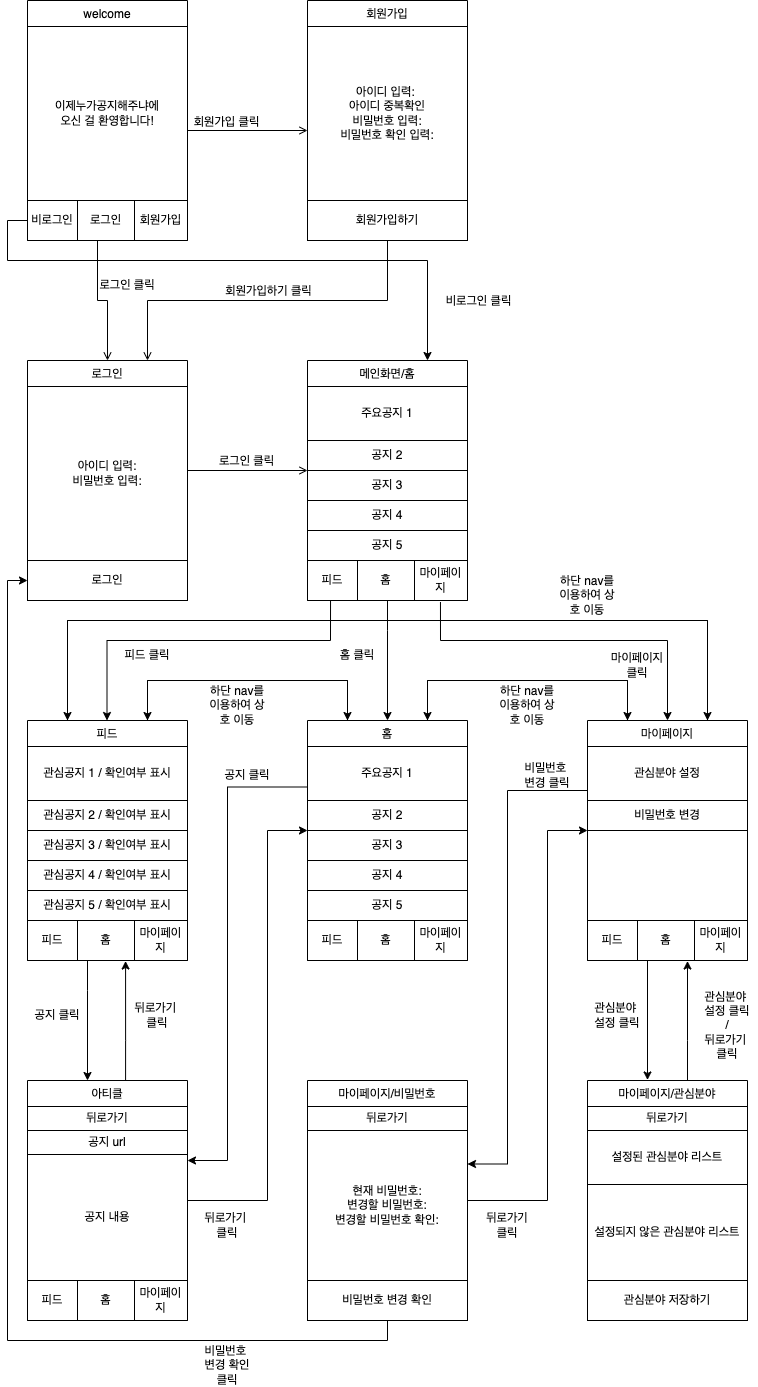
The draw.io diagram Untitled Diagram.drawio.png in BlazingDevs/2NuGong, before a commit. Source tidied: cells renumbered, new cells last; positions are measured from the earlier drawing's top-left corner, leaving out a move shared by most shapes.
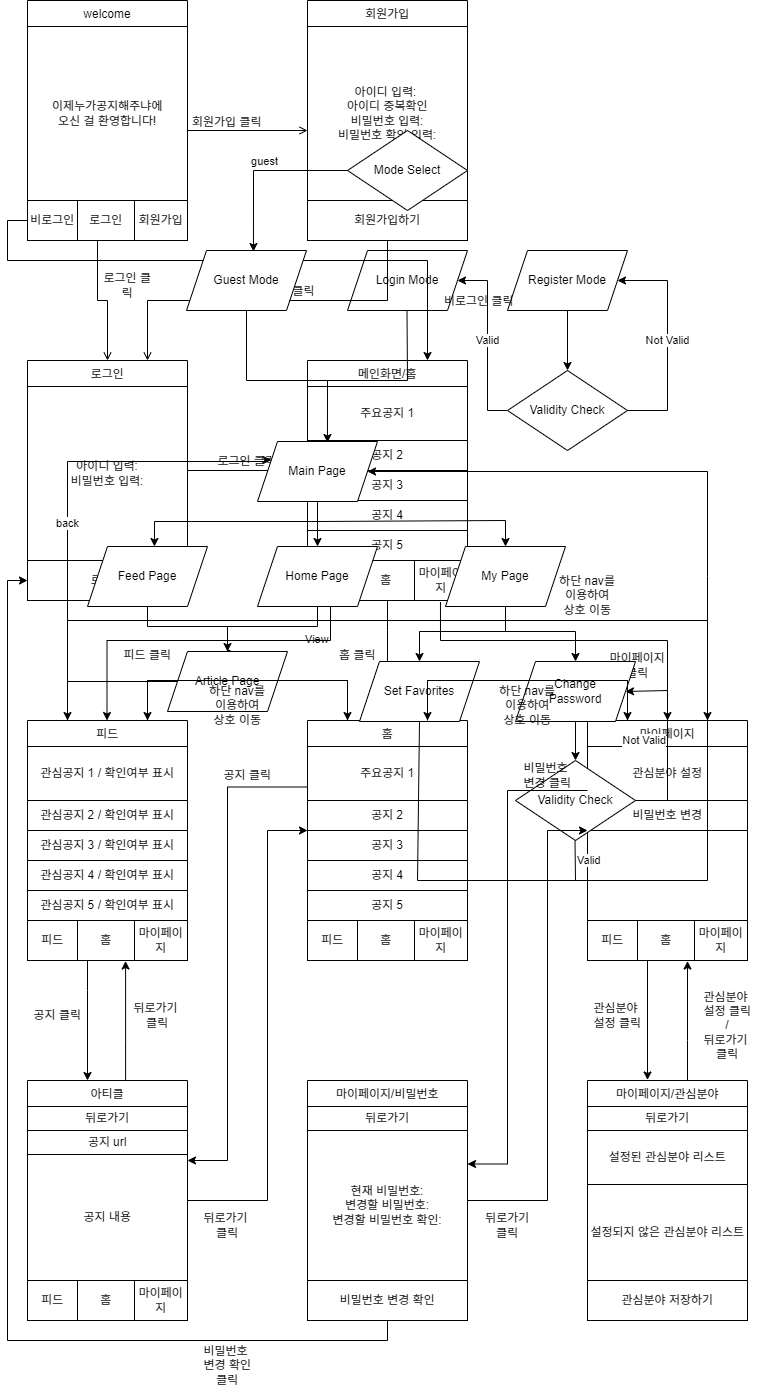
After the commit.

What changed in the source:
```diff
@@ -64,2 +64,7 @@
     </mxCell>
+    <mxCell id="123" value="guest" style="edgeStyle=orthogonalEdgeStyle;rounded=0;jettySize=auto;entryX=0.558;entryY=0.017;entryDx=0;entryDy=0;entryPerimeter=0;html=1;labelPosition=center;verticalLabelPosition=top;align=center;verticalAlign=bottom;" parent="1" edge="1" target="128">
+      <mxGeometry relative="1" as="geometry">
+        <mxPoint x="350" y="170" as="sourcePoint" />
+      </mxGeometry>
+    </mxCell>
     <mxCell id="19" style="endArrow=open;shadow=0;strokeWidth=1;rounded=0;endFill=1;edgeStyle=elbowEdgeStyle;elbow=vertical;entryX=0.5;entryY=0;entryDx=0;entryDy=0;" parent="1" edge="1" target="15">
@@ -74,2 +79,5 @@
     </mxCell>
+    <mxCell id="124" value="Login Mode" style="shape=parallelogram;perimeter=parallelogramPerimeter;whiteSpace=wrap;html=1;fixedSize=1;" parent="1" vertex="1">
+      <mxGeometry x="340" y="250" width="120" height="60" as="geometry" />
+    </mxCell>
     <mxCell id="21" value="로그인 클릭" style="text;html=1;strokeColor=none;fillColor=none;align=center;verticalAlign=middle;whiteSpace=wrap;rounded=0;labelBackgroundColor=none;" parent="1" vertex="1">
@@ -77,2 +85,5 @@
     </mxCell>
+    <mxCell id="125" style="edgeStyle=orthogonalEdgeStyle;rounded=0;jettySize=auto;html=1;entryX=0.5;entryY=0;entryDx=0;entryDy=0;" parent="1" edge="1" source="126" target="131">
+      <mxGeometry relative="1" as="geometry" />
+    </mxCell>
     <mxCell id="22" value="메인화면/홈" style="swimlane;fontStyle=0;align=center;verticalAlign=middle;horizontal=1;startSize=26;rounded=0;shadow=0;strokeWidth=1;fillColor=none;swimlaneFillColor=none;labelBackgroundColor=none;" parent="1" vertex="1">
@@ -110,2 +121,5 @@
     </mxCell>
+    <mxCell id="126" value="Register Mode" style="shape=parallelogram;perimeter=parallelogramPerimeter;whiteSpace=wrap;html=1;fixedSize=1;" parent="1" vertex="1">
+      <mxGeometry x="500" y="250" width="120" height="60" as="geometry" />
+    </mxCell>
     <mxCell id="33" style="endArrow=open;shadow=0;strokeWidth=1;rounded=0;endFill=1;edgeStyle=elbowEdgeStyle;elbow=vertical;entryX=0.75;entryY=0;entryDx=0;entryDy=0;" parent="1" edge="1" target="15">
@@ -125,2 +139,10 @@
     </mxCell>
+    <mxCell id="127" style="edgeStyle=orthogonalEdgeStyle;rounded=0;jettySize=auto;html=1;entryX=0.583;entryY=0.017;entryDx=0;entryDy=0;entryPerimeter=0;" parent="1" edge="1" source="128" target="134">
+      <mxGeometry relative="1" as="geometry">
+        <Array as="points">
+          <mxPoint x="239" y="380" />
+          <mxPoint x="320" y="380" />
+        </Array>
+      </mxGeometry>
+    </mxCell>
     <mxCell id="36" style="edgeStyle=orthogonalEdgeStyle;rounded=0;jettySize=auto;html=1;exitX=0;exitY=0.5;exitDx=0;exitDy=0;" parent="1" edge="1" source="8">
@@ -136,2 +158,5 @@
     </mxCell>
+    <mxCell id="128" value="Guest Mode" style="shape=parallelogram;perimeter=parallelogramPerimeter;whiteSpace=wrap;html=1;fixedSize=1;" parent="1" vertex="1">
+      <mxGeometry x="179" y="250" width="120" height="60" as="geometry" />
+    </mxCell>
     <mxCell id="37" value="비로그인 클릭" style="text;html=1;align=center;verticalAlign=middle;labelBackgroundColor=none;rounded=0;shadow=0;strokeWidth=1;fontSize=12;" parent="1" vertex="1">
@@ -139,2 +164,10 @@
     </mxCell>
+    <mxCell id="129" value="Not Valid" style="edgeStyle=orthogonalEdgeStyle;rounded=0;jettySize=auto;html=1;exitX=1;exitY=0.5;exitDx=0;exitDy=0;" parent="1" edge="1" source="131" target="126">
+      <mxGeometry relative="1" as="geometry">
+        <Array as="points">
+          <mxPoint x="660" y="410" />
+          <mxPoint x="660" y="280" />
+        </Array>
+      </mxGeometry>
+    </mxCell>
     <mxCell id="38" style="endArrow=open;shadow=0;strokeWidth=1;rounded=0;endFill=1;edgeStyle=elbowEdgeStyle;elbow=vertical;entryX=0;entryY=0;entryDx=0;entryDy=0;exitX=1;exitY=0.5;exitDx=0;exitDy=0;" parent="1" edge="1" source="16" target="25">
@@ -151,2 +184,10 @@
     </mxCell>
+    <mxCell id="130" value="Valid" style="edgeStyle=orthogonalEdgeStyle;rounded=0;jettySize=auto;html=1;entryX=1;entryY=0.5;entryDx=0;entryDy=0;" parent="1" edge="1" source="131" target="124">
+      <mxGeometry relative="1" as="geometry">
+        <Array as="points">
+          <mxPoint x="480" y="410" />
+          <mxPoint x="480" y="280" />
+        </Array>
+      </mxGeometry>
+    </mxCell>
     <mxCell id="40" value="로그인 클릭" style="text;html=1;align=center;verticalAlign=middle;labelBackgroundColor=none;rounded=0;shadow=0;strokeWidth=1;fontSize=12;" parent="1" vertex="1">
@@ -156,2 +197,5 @@
     </mxCell>
+    <mxCell id="131" value="Validity Check" style="rhombus;whiteSpace=wrap;html=1;" parent="1" vertex="1">
+      <mxGeometry x="500" y="370" width="120" height="80" as="geometry" />
+    </mxCell>
     <mxCell id="41" value="피드" style="swimlane;fontStyle=0;align=center;verticalAlign=middle;horizontal=1;startSize=26;rounded=0;shadow=0;strokeWidth=1;fillColor=none;swimlaneFillColor=none;labelBackgroundColor=none;" parent="1" vertex="1">
@@ -189,2 +233,5 @@
     </mxCell>
+    <mxCell id="132" value="Mode Select" style="rhombus;whiteSpace=wrap;html=1;" parent="1" vertex="1">
+      <mxGeometry x="340" y="130" width="120" height="80" as="geometry" />
+    </mxCell>
     <mxCell id="52" value="홈" style="swimlane;fontStyle=0;align=center;verticalAlign=middle;horizontal=1;startSize=26;rounded=0;shadow=0;strokeWidth=1;fillColor=none;swimlaneFillColor=none;labelBackgroundColor=none;" parent="1" vertex="1">
@@ -222,2 +269,10 @@
     </mxCell>
+    <mxCell id="133" style="edgeStyle=orthogonalEdgeStyle;rounded=0;jettySize=auto;html=1;entryX=0.5;entryY=0;entryDx=0;entryDy=0;" parent="1" edge="1" source="134" target="137">
+      <mxGeometry relative="1" as="geometry">
+        <Array as="points">
+          <mxPoint x="310" y="541" />
+          <mxPoint x="310" y="541" />
+        </Array>
+      </mxGeometry>
+    </mxCell>
     <mxCell id="63" value="마이페이지" style="swimlane;fontStyle=0;align=center;verticalAlign=middle;horizontal=1;startSize=26;rounded=0;shadow=0;strokeWidth=1;fillColor=none;swimlaneFillColor=none;labelBackgroundColor=none;" parent="1" vertex="1">
@@ -249,2 +304,5 @@
     </mxCell>
+    <mxCell id="134" value="Main Page" style="shape=parallelogram;perimeter=parallelogramPerimeter;whiteSpace=wrap;html=1;fixedSize=1;" parent="1" vertex="1">
+      <mxGeometry x="250" y="441" width="120" height="60" as="geometry" />
+    </mxCell>
     <mxCell id="72" value="아티클" style="swimlane;fontStyle=0;align=center;verticalAlign=middle;horizontal=1;startSize=26;rounded=0;shadow=0;strokeWidth=1;fillColor=none;swimlaneFillColor=none;labelBackgroundColor=none;" parent="1" vertex="1">
@@ -276,2 +334,13 @@
     </mxCell>
+    <mxCell id="135" style="edgeStyle=orthogonalEdgeStyle;rounded=0;jettySize=auto;html=1;entryX=0.575;entryY=0.033;entryDx=0;entryDy=0;entryPerimeter=0;" parent="1" edge="1" source="137" target="145">
+      <mxGeometry relative="1" as="geometry">
+        <Array as="points">
+          <mxPoint x="310" y="626" />
+          <mxPoint x="220" y="626" />
+        </Array>
+      </mxGeometry>
+    </mxCell>
+    <mxCell id="136" value="View" style="edgeLabel;html=1;align=left;verticalAlign=top;labelPosition=right;verticalLabelPosition=bottom;" parent="135" vertex="1">
+      <mxGeometry x="-0.53" relative="1" as="geometry" />
+    </mxCell>
     <mxCell id="81" style="edgeStyle=orthogonalEdgeStyle;rounded=0;jettySize=auto;html=1;exitX=0.144;exitY=0.988;exitDx=0;exitDy=0;exitPerimeter=0;" parent="1" edge="1" source="29">
@@ -285,2 +354,5 @@
     </mxCell>
+    <mxCell id="137" value="Home Page" style="shape=parallelogram;perimeter=parallelogramPerimeter;whiteSpace=wrap;html=1;fixedSize=1;" parent="1" vertex="1">
+      <mxGeometry x="250" y="546" width="120" height="60" as="geometry" />
+    </mxCell>
     <mxCell id="82" value="피드 클릭" style="text;html=1;strokeColor=none;fillColor=none;align=center;verticalAlign=middle;whiteSpace=wrap;rounded=0;labelBackgroundColor=none;" parent="1" vertex="1">
@@ -288,2 +360,10 @@
     </mxCell>
+    <mxCell id="138" style="edgeStyle=orthogonalEdgeStyle;rounded=0;jettySize=auto;html=1;" parent="1" edge="1" source="139" target="145">
+      <mxGeometry relative="1" as="geometry">
+        <Array as="points">
+          <mxPoint x="140" y="626" />
+          <mxPoint x="220" y="626" />
+        </Array>
+      </mxGeometry>
+    </mxCell>
     <mxCell id="83" style="edgeStyle=orthogonalEdgeStyle;rounded=0;jettySize=auto;html=1;exitX=0.5;exitY=1.013;exitDx=0;exitDy=0;exitPerimeter=0;entryX=0.5;entryY=0;entryDx=0;entryDy=0;" parent="1" edge="1" source="29" target="52">
@@ -296,2 +376,5 @@
     </mxCell>
+    <mxCell id="139" value="Feed Page" style="shape=parallelogram;perimeter=parallelogramPerimeter;whiteSpace=wrap;html=1;fixedSize=1;" parent="1" vertex="1">
+      <mxGeometry x="80" y="546" width="120" height="60" as="geometry" />
+    </mxCell>
     <mxCell id="84" style="edgeStyle=orthogonalEdgeStyle;rounded=0;jettySize=auto;html=1;exitX=0.831;exitY=1.038;exitDx=0;exitDy=0;exitPerimeter=0;entryX=0.5;entryY=0;entryDx=0;entryDy=0;" parent="1" edge="1" source="29" target="63">
@@ -304,2 +387,10 @@
     </mxCell>
+    <mxCell id="140" style="edgeStyle=orthogonalEdgeStyle;rounded=0;jettySize=auto;html=1;exitX=0.5;exitY=1;exitDx=0;exitDy=0;" parent="1" edge="1" source="141" target="146">
+      <mxGeometry relative="1" as="geometry">
+        <Array as="points">
+          <mxPoint x="498" y="631" />
+          <mxPoint x="412" y="631" />
+        </Array>
+      </mxGeometry>
+    </mxCell>
     <mxCell id="85" value="홈 클릭" style="text;html=1;strokeColor=none;fillColor=none;align=center;verticalAlign=middle;whiteSpace=wrap;rounded=0;labelBackgroundColor=none;" parent="1" vertex="1">
@@ -307,2 +398,5 @@
     </mxCell>
+    <mxCell id="141" value="My Page" style="shape=parallelogram;perimeter=parallelogramPerimeter;whiteSpace=wrap;html=1;fixedSize=1;" parent="1" vertex="1">
+      <mxGeometry x="438" y="546" width="120" height="60" as="geometry" />
+    </mxCell>
     <mxCell id="86" value="마이페이지 클릭" style="text;html=1;strokeColor=none;fillColor=none;align=center;verticalAlign=middle;whiteSpace=wrap;rounded=0;labelBackgroundColor=none;" parent="1" vertex="1">
@@ -310,2 +404,10 @@
     </mxCell>
+    <mxCell id="142" style="endArrow=classic;html=1;rounded=0;entryX=0.558;entryY=0;entryDx=0;entryDy=0;entryPerimeter=0;" parent="1" edge="1" target="139">
+      <mxGeometry relative="1" as="geometry">
+        <mxPoint x="310" y="521" as="sourcePoint" />
+        <Array as="points">
+          <mxPoint x="147" y="521" />
+        </Array>
+      </mxGeometry>
+    </mxCell>
     <mxCell id="87" style="edgeStyle=orthogonalEdgeStyle;rounded=0;orthogonalLoop=1;jettySize=auto;html=1;exitX=0.5;exitY=1.013;exitDx=0;exitDy=0;exitPerimeter=0;entryX=0.5;entryY=0;entryDx=0;entryDy=0;" parent="1" edge="1">
@@ -320,2 +422,10 @@
     </mxCell>
+    <mxCell id="143" style="endArrow=classic;html=1;rounded=0;entryX=0.5;entryY=0;entryDx=0;entryDy=0;" parent="1" edge="1" target="141">
+      <mxGeometry relative="1" as="geometry">
+        <mxPoint x="310" y="521" as="sourcePoint" />
+        <Array as="points">
+          <mxPoint x="498" y="520" />
+        </Array>
+      </mxGeometry>
+    </mxCell>
     <mxCell id="88" style="edgeStyle=orthogonalEdgeStyle;rounded=0;jettySize=auto;html=1;exitX=0;exitY=0.75;exitDx=0;exitDy=0;" parent="1" edge="1" source="53">
@@ -329,2 +439,12 @@
     </mxCell>
+    <mxCell id="144" value="back" style="edgeStyle=orthogonalEdgeStyle;rounded=0;jettySize=auto;html=1;exitX=0;exitY=0.5;exitDx=0;exitDy=0;entryX=0;entryY=0.25;entryDx=0;entryDy=0;labelPosition=center;verticalLabelPosition=middle;align=center;verticalAlign=middle;" parent="1" edge="1" source="145" target="134">
+      <mxGeometry relative="1" as="geometry">
+        <Array as="points">
+          <mxPoint x="60" y="681" />
+          <mxPoint x="60" y="461" />
+          <mxPoint x="258" y="461" />
+          <mxPoint x="258" y="460" />
+        </Array>
+      </mxGeometry>
+    </mxCell>
     <mxCell id="89" style="edgeStyle=orthogonalEdgeStyle;rounded=0;jettySize=auto;html=1;entryX=0;entryY=1;entryDx=0;entryDy=0;exitX=1;exitY=0.25;exitDx=0;exitDy=0;" parent="1" edge="1" source="75" target="54">
@@ -338,2 +458,5 @@
     </mxCell>
+    <mxCell id="145" value="Article Page" style="shape=parallelogram;perimeter=parallelogramPerimeter;whiteSpace=wrap;html=1;fixedSize=1;" parent="1" vertex="1">
+      <mxGeometry x="160" y="651" width="120" height="60" as="geometry" />
+    </mxCell>
     <mxCell id="90" style="edgeStyle=orthogonalEdgeStyle;rounded=0;jettySize=auto;html=1;entryX=0.613;entryY=1.013;entryDx=0;entryDy=0;entryPerimeter=0;exitX=0.613;exitY=0;exitDx=0;exitDy=0;exitPerimeter=0;" parent="1" edge="1" source="72" target="48">
@@ -346,2 +469,5 @@
     </mxCell>
+    <mxCell id="146" value="Set Favorites" style="shape=parallelogram;perimeter=parallelogramPerimeter;whiteSpace=wrap;html=1;fixedSize=1;" parent="1" vertex="1">
+      <mxGeometry x="352" y="661" width="120" height="60" as="geometry" />
+    </mxCell>
     <mxCell id="91" value="공지 클릭" style="text;html=1;strokeColor=none;fillColor=none;align=center;verticalAlign=middle;whiteSpace=wrap;rounded=0;labelBackgroundColor=none;" parent="1" vertex="1">
@@ -349,2 +475,5 @@
     </mxCell>
+    <mxCell id="147" style="edgeStyle=orthogonalEdgeStyle;rounded=0;jettySize=auto;html=1;" parent="1" edge="1" source="148" target="151">
+      <mxGeometry relative="1" as="geometry" />
+    </mxCell>
     <mxCell id="92" value="뒤로가기 &lt;br&gt;클릭" style="text;html=1;strokeColor=none;fillColor=none;align=center;verticalAlign=middle;whiteSpace=wrap;rounded=0;labelBackgroundColor=none;" parent="1" vertex="1">
@@ -352,2 +481,5 @@
     </mxCell>
+    <mxCell id="148" value="Change&lt;br&gt;Password" style="shape=parallelogram;perimeter=parallelogramPerimeter;whiteSpace=wrap;html=1;fixedSize=1;" parent="1" vertex="1">
+      <mxGeometry x="508" y="661" width="120" height="60" as="geometry" />
+    </mxCell>
     <mxCell id="93" value="뒤로가기 &lt;br&gt;클릭" style="text;html=1;strokeColor=none;fillColor=none;align=center;verticalAlign=middle;whiteSpace=wrap;rounded=0;labelBackgroundColor=none;" parent="1" vertex="1">
@@ -355,2 +487,10 @@
     </mxCell>
+    <mxCell id="149" style="endArrow=classic;html=1;rounded=0;entryX=0.5;entryY=0;entryDx=0;entryDy=0;" parent="1" edge="1" target="148">
+      <mxGeometry relative="1" as="geometry">
+        <mxPoint x="498" y="631" as="sourcePoint" />
+        <Array as="points">
+          <mxPoint x="568" y="631" />
+        </Array>
+      </mxGeometry>
+    </mxCell>
     <mxCell id="94" value="공지 클릭" style="text;html=1;strokeColor=none;fillColor=none;align=center;verticalAlign=middle;whiteSpace=wrap;rounded=0;labelBackgroundColor=none;" parent="1" vertex="1">
@@ -358,2 +498,10 @@
     </mxCell>
+    <mxCell id="150" value="Not Valid" style="edgeStyle=orthogonalEdgeStyle;rounded=0;jettySize=auto;html=1;entryX=1;entryY=0.5;entryDx=0;entryDy=0;labelPosition=left;verticalLabelPosition=middle;align=right;verticalAlign=middle;" parent="1" edge="1" source="151" target="148">
+      <mxGeometry relative="1" as="geometry">
+        <Array as="points">
+          <mxPoint x="660" y="800" />
+          <mxPoint x="660" y="690" />
+        </Array>
+      </mxGeometry>
+    </mxCell>
     <mxCell id="95" value="마이페이지/비밀번호" style="swimlane;fontStyle=0;align=center;verticalAlign=middle;horizontal=1;startSize=26;rounded=0;shadow=0;strokeWidth=1;fillColor=none;swimlaneFillColor=none;labelBackgroundColor=none;" parent="1" vertex="1">
@@ -370,2 +518,5 @@
     </mxCell>
+    <mxCell id="151" value="Validity Check" style="rhombus;whiteSpace=wrap;html=1;" parent="1" vertex="1">
+      <mxGeometry x="508" y="760" width="120" height="80" as="geometry" />
+    </mxCell>
     <mxCell id="99" value="마이페이지/관심분야" style="swimlane;fontStyle=0;align=center;verticalAlign=middle;horizontal=1;startSize=26;rounded=0;shadow=0;strokeWidth=1;fillColor=none;swimlaneFillColor=none;labelBackgroundColor=none;" parent="1" vertex="1">
@@ -385,2 +536,11 @@
     </mxCell>
+    <mxCell id="152" style="endArrow=none;html=1;rounded=0;" parent="1" edge="1">
+      <mxGeometry relative="1" as="geometry">
+        <mxPoint x="320" y="380" as="sourcePoint" />
+        <mxPoint x="399.5" y="310" as="targetPoint" />
+        <Array as="points">
+          <mxPoint x="400" y="380" />
+        </Array>
+      </mxGeometry>
+    </mxCell>
     <mxCell id="104" style="edgeStyle=orthogonalEdgeStyle;rounded=0;jettySize=auto;html=1;exitX=0.25;exitY=0;exitDx=0;exitDy=0;entryX=0.75;entryY=0;entryDx=0;entryDy=0;strokeColor=default;" parent="1" edge="1" source="52" target="41">
@@ -394,2 +554,12 @@
     </mxCell>
+    <mxCell id="153" style="endArrow=classic;html=1;rounded=0;entryX=1;entryY=0.5;entryDx=0;entryDy=0;exitX=0.5;exitY=1;exitDx=0;exitDy=0;" parent="1" edge="1" source="146" target="134">
+      <mxGeometry relative="1" as="geometry">
+        <Array as="points">
+          <mxPoint x="410" y="880" />
+          <mxPoint x="700" y="880" />
+          <mxPoint x="700" y="576" />
+          <mxPoint x="700" y="471" />
+        </Array>
+      </mxGeometry>
+    </mxCell>
     <mxCell id="105" style="edgeStyle=orthogonalEdgeStyle;rounded=0;orthogonalLoop=1;jettySize=auto;html=1;exitX=0.25;exitY=0;exitDx=0;exitDy=0;entryX=0.75;entryY=0;entryDx=0;entryDy=0;" parent="1" edge="1">
@@ -404,2 +574,8 @@
     </mxCell>
+    <mxCell id="154" value="Valid" style="endArrow=none;html=1;rounded=0;labelPosition=right;verticalLabelPosition=middle;align=left;verticalAlign=middle;" parent="1" edge="1">
+      <mxGeometry relative="1" as="geometry">
+        <mxPoint x="568" y="880" as="sourcePoint" />
+        <mxPoint x="567.5" y="840" as="targetPoint" />
+      </mxGeometry>
+    </mxCell>
     <mxCell id="106" style="edgeStyle=orthogonalEdgeStyle;rounded=0;orthogonalLoop=1;jettySize=auto;html=1;exitX=0.25;exitY=0;exitDx=0;exitDy=0;entryX=0.75;entryY=0;entryDx=0;entryDy=0;strokeColor=default;" parent="1" edge="1">
```
